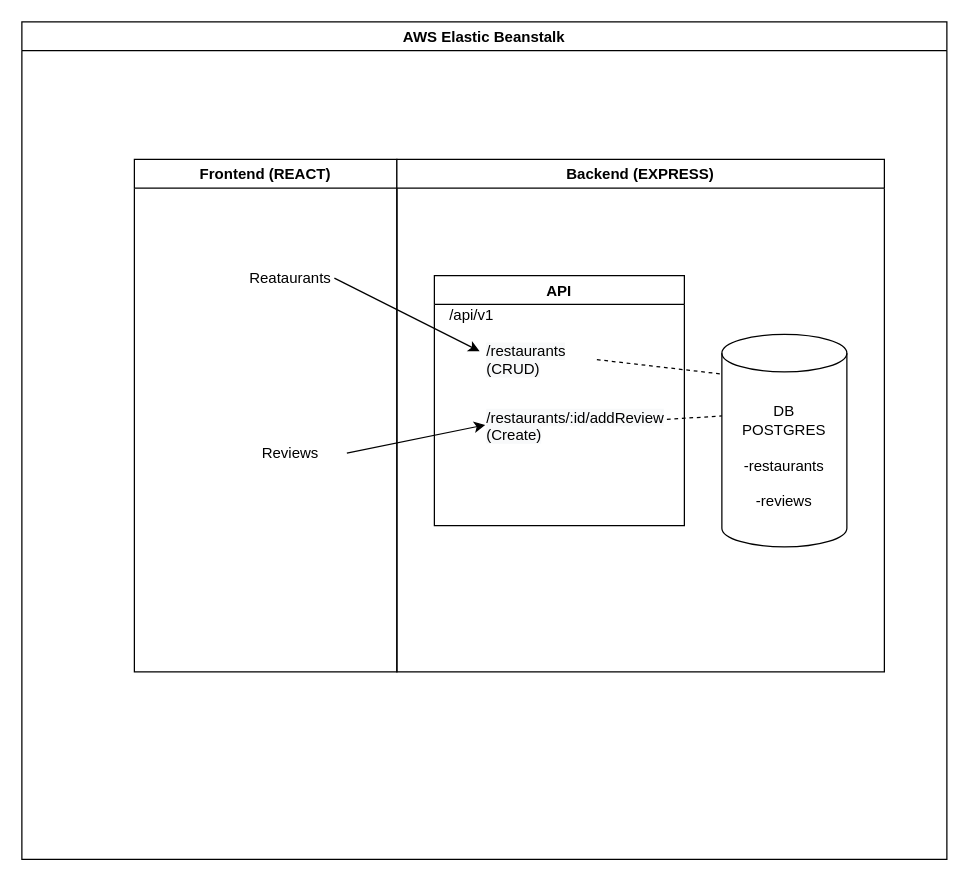
This is documentation/diagrams/architecture.drawio from hannesroth88/nd-0067-udacity-hosting-a-full-stack-application, a draw.io file, before an edit. Source tidied: cells renumbered, new cells numbered last; positions are measured from the earlier drawing's top-left corner, leaving out a move shared by most shapes. Both pictures are drawn from the tidied source at 125%, with x=0, y=0 at pixel (21, 21).
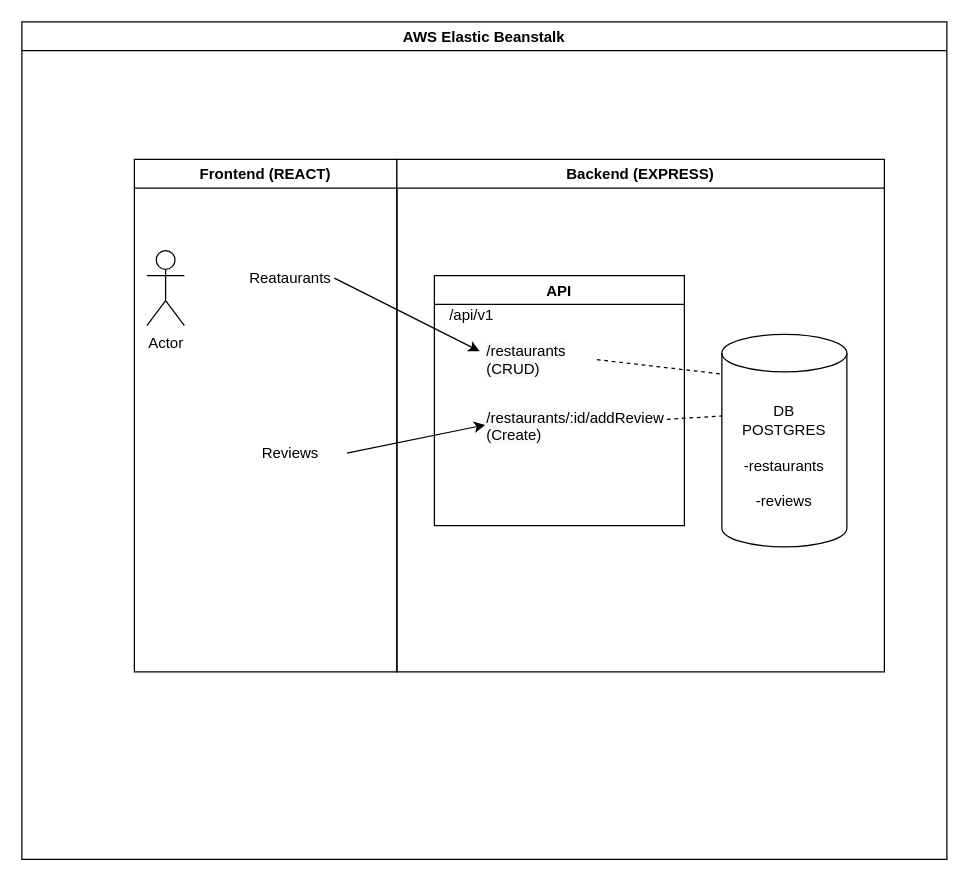
Above is the later version.

Change to the diagram source:
```diff
@@
 <mxGraphModel>
   <root>
     <mxCell id="0" />
     <mxCell id="1" parent="0" />
     <mxCell id="2" value="Frontend (REACT)" style="swimlane;" parent="1" vertex="1">
       <mxGeometry x="90" y="110" width="210" height="410" as="geometry" />
     </mxCell>
     <mxCell id="3" value="Backend (EXPRESS)" style="swimlane;" parent="1" vertex="1">
       <mxGeometry x="300" y="110" width="390" height="410" as="geometry" />
     </mxCell>
     <mxCell id="4" value="AWS Elastic Beanstalk" style="swimlane;" parent="1" vertex="1">
       <mxGeometry width="740" height="670" as="geometry" />
     </mxCell>
     <mxCell id="5" value="DB&lt;br&gt;POSTGRES&lt;br&gt;&lt;br&gt;-restaurants&lt;br&gt;&lt;br&gt;-reviews" style="shape=cylinder3;whiteSpace=wrap;html=1;boundedLbl=1;backgroundOutline=1;size=15;" parent="4" vertex="1">
       <mxGeometry x="560" y="250" width="100" height="170" as="geometry" />
     </mxCell>
     <mxCell id="6" value="Reataurants" style="text;html=1;strokeColor=none;fillColor=none;align=center;verticalAlign=middle;whiteSpace=wrap;rounded=0;" parent="4" vertex="1">
       <mxGeometry x="170" y="190" width="90" height="30" as="geometry" />
     </mxCell>
     <mxCell id="7" value="&lt;span style=&quot;color: rgb(0 , 0 , 0) ; font-family: &amp;#34;helvetica&amp;#34; ; font-size: 12px ; font-style: normal ; font-weight: 400 ; letter-spacing: normal ; text-align: center ; text-indent: 0px ; text-transform: none ; word-spacing: 0px ; background-color: rgb(248 , 249 , 250) ; display: inline ; float: none&quot;&gt;/restaurants (CRUD)&lt;/span&gt;" style="text;whiteSpace=wrap;html=1;" parent="4" vertex="1">
       <mxGeometry x="370" y="250" width="90" height="30" as="geometry" />
     </mxCell>
     <mxCell id="8" value="API" style="swimlane;" parent="4" vertex="1">
       <mxGeometry x="330" y="203" width="200" height="200" as="geometry" />
     </mxCell>
     <mxCell id="9" value="/api/v1" style="text;html=1;strokeColor=none;fillColor=none;align=center;verticalAlign=middle;whiteSpace=wrap;rounded=0;" parent="8" vertex="1">
       <mxGeometry x="-20" y="17" width="100" height="30" as="geometry" />
     </mxCell>
     <mxCell id="10" value="&lt;span style=&quot;color: rgb(0 , 0 , 0) ; font-family: &amp;#34;helvetica&amp;#34; ; font-size: 12px ; font-style: normal ; font-weight: 400 ; letter-spacing: normal ; text-align: center ; text-indent: 0px ; text-transform: none ; word-spacing: 0px ; background-color: rgb(248 , 249 , 250) ; display: inline ; float: none&quot;&gt;/restaurants/:id/addReview (Create)&lt;/span&gt;" style="text;whiteSpace=wrap;html=1;" parent="8" vertex="1">
       <mxGeometry x="40" y="100" width="140" height="30" as="geometry" />
     </mxCell>
     <mxCell id="11" style="rounded=0;jettySize=auto;html=1;entryX=0.005;entryY=0.648;entryDx=0;entryDy=0;entryPerimeter=0;" parent="4" edge="1" target="10">
       <mxGeometry relative="1" as="geometry">
         <mxPoint x="260" y="345" as="sourcePoint" />
       </mxGeometry>
     </mxCell>
     <mxCell id="12" value="Reviews" style="text;html=1;strokeColor=none;fillColor=none;align=center;verticalAlign=middle;whiteSpace=wrap;rounded=0;" parent="4" vertex="1">
       <mxGeometry x="170" y="330" width="90" height="30" as="geometry" />
     </mxCell>
     <mxCell id="13" style="endArrow=none;dashed=1;html=1;rounded=0;entryX=0;entryY=0;entryDx=0;entryDy=31.75;entryPerimeter=0;" parent="4" edge="1" source="7" target="5">
       <mxGeometry relative="1" as="geometry" />
     </mxCell>
     <mxCell id="14" style="endArrow=none;dashed=1;html=1;rounded=0;entryX=0;entryY=0;entryDx=0;entryDy=65.25;entryPerimeter=0;exitX=1.043;exitY=0.5;exitDx=0;exitDy=0;exitPerimeter=0;" parent="4" edge="1" source="10" target="5">
       <mxGeometry relative="1" as="geometry" />
     </mxCell>
+    <mxCell id="16" value="Actor" style="shape=umlActor;verticalLabelPosition=bottom;verticalAlign=top;html=1;" parent="4" vertex="1">
+      <mxGeometry x="100" y="183" width="30" height="60" as="geometry" />
+    </mxCell>
     <mxCell id="15" style="rounded=0;jettySize=auto;html=1;entryX=-0.042;entryY=0.45;entryDx=0;entryDy=0;entryPerimeter=0;" parent="1" edge="1" target="7">
       <mxGeometry relative="1" as="geometry">
         <mxPoint x="250" y="205" as="sourcePoint" />
       </mxGeometry>
     </mxCell>
   </root>
 </mxGraphModel>
```
